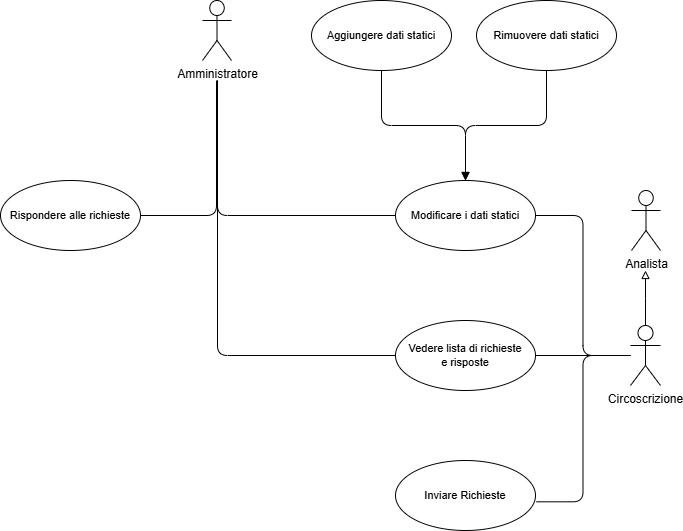
lucafano04/progettoIngenieriaSoftware keeps this draw.io diagram as deliverable/images/UseCase_diagrams/Circoscrizione.drawio.png. Above is the earlier version. Source tidied: cells renumbered, new cells last; positions are measured from the earlier drawing's top-left corner, leaving out a move shared by most shapes.
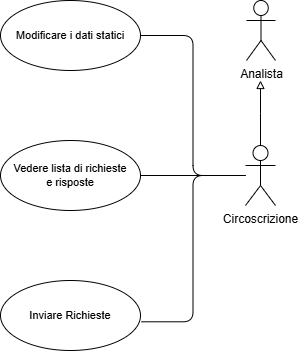
After the commit.

The edit, as a diff of the source:
```diff
@@ -3,35 +3,8 @@
     <mxCell id="0" />
     <mxCell id="1" parent="0" />
     <mxCell id="2" value="Analista" style="shape=umlActor;verticalLabelPosition=bottom;verticalAlign=top;html=1;" parent="1" vertex="1">
-      <mxGeometry x="631" y="190" width="29" height="60" as="geometry" />
+      <mxGeometry x="641" y="180" width="29" height="60" as="geometry" />
     </mxCell>
-    <mxCell id="3" style="edgeStyle=orthogonalEdgeStyle;rounded=1;jettySize=auto;html=1;entryX=0;entryY=0.5;entryDx=0;entryDy=0;curved=0;endArrow=none;endFill=0;" parent="1" edge="1" target="7">
-      <mxGeometry relative="1" as="geometry">
-        <mxPoint x="217" y="80" as="sourcePoint" />
-        <Array as="points">
-          <mxPoint x="217" y="215" />
-        </Array>
-      </mxGeometry>
-    </mxCell>
-    <mxCell id="4" style="edgeStyle=orthogonalEdgeStyle;rounded=1;jettySize=auto;html=1;entryX=1;entryY=0.5;entryDx=0;entryDy=0;curved=0;endArrow=none;endFill=0;" parent="1" edge="1" target="10">
-      <mxGeometry relative="1" as="geometry">
-        <mxPoint x="216" y="80" as="sourcePoint" />
-        <Array as="points">
-          <mxPoint x="216" y="215" />
-        </Array>
-      </mxGeometry>
-    </mxCell>
-    <mxCell id="5" style="edgeStyle=orthogonalEdgeStyle;rounded=1;jettySize=auto;html=1;entryX=0;entryY=0.5;entryDx=0;entryDy=0;curved=0;endArrow=none;endFill=0;" parent="1" edge="1" target="8">
-      <mxGeometry relative="1" as="geometry">
-        <mxPoint x="217" y="80" as="sourcePoint" />
-        <Array as="points">
-          <mxPoint x="217" y="355" />
-        </Array>
-      </mxGeometry>
-    </mxCell>
-    <mxCell id="6" value="Amministratore" style="shape=umlActor;verticalLabelPosition=bottom;verticalAlign=top;html=1;" parent="1" vertex="1">
-      <mxGeometry x="202" width="29" height="60" as="geometry" />
-    </mxCell>
     <mxCell id="7" value="Modificare i dati statici" style="ellipse;whiteSpace=wrap;html=1;fontFamily=Helvetica;fontSize=11;fontColor=default;labelBackgroundColor=default;" parent="1" vertex="1">
       <mxGeometry x="395" y="180" width="140" height="70" as="geometry" />
     </mxCell>
@@ -41,34 +14,19 @@
     <mxCell id="9" value="Inviare Richieste" style="ellipse;whiteSpace=wrap;html=1;fontFamily=Helvetica;fontSize=11;fontColor=default;labelBackgroundColor=default;" parent="1" vertex="1">
       <mxGeometry x="395" y="460" width="140" height="70" as="geometry" />
     </mxCell>
-    <mxCell id="10" value="Rispondere alle richieste" style="ellipse;whiteSpace=wrap;html=1;fontFamily=Helvetica;fontSize=11;fontColor=default;labelBackgroundColor=default;" parent="1" vertex="1">
-      <mxGeometry y="180" width="140" height="70" as="geometry" />
-    </mxCell>
-    <mxCell id="11" style="edgeStyle=orthogonalEdgeStyle;rounded=1;jettySize=auto;html=1;endArrow=block;endFill=1;curved=0;" parent="1" edge="1" source="12" target="7">
-      <mxGeometry relative="1" as="geometry" />
-    </mxCell>
-    <mxCell id="12" value="Aggiungere dati statici" style="ellipse;whiteSpace=wrap;html=1;fontFamily=Helvetica;fontSize=11;fontColor=default;labelBackgroundColor=default;" parent="1" vertex="1">
-      <mxGeometry x="311" width="140" height="70" as="geometry" />
-    </mxCell>
-    <mxCell id="13" style="edgeStyle=orthogonalEdgeStyle;rounded=1;jettySize=auto;html=1;curved=0;endArrow=block;endFill=1;" parent="1" edge="1" source="14" target="7">
-      <mxGeometry relative="1" as="geometry" />
-    </mxCell>
-    <mxCell id="14" value="Rimuovere dati statici" style="ellipse;whiteSpace=wrap;html=1;fontFamily=Helvetica;fontSize=11;fontColor=default;labelBackgroundColor=default;" parent="1" vertex="1">
-      <mxGeometry x="476" width="140" height="70" as="geometry" />
-    </mxCell>
     <mxCell id="15" style="edgeStyle=orthogonalEdgeStyle;shape=connector;curved=0;rounded=1;jettySize=auto;html=1;entryX=1;entryY=0.5;entryDx=0;entryDy=0;strokeColor=default;align=center;verticalAlign=middle;fontFamily=Helvetica;fontSize=11;fontColor=default;labelBackgroundColor=default;endArrow=none;endFill=0;" parent="1" edge="1" source="18" target="8">
       <mxGeometry relative="1" as="geometry" />
     </mxCell>
     <mxCell id="16" style="edgeStyle=orthogonalEdgeStyle;shape=connector;curved=0;rounded=1;jettySize=auto;html=1;entryX=1;entryY=0.5;entryDx=0;entryDy=0;strokeColor=default;align=center;verticalAlign=middle;fontFamily=Helvetica;fontSize=11;fontColor=default;labelBackgroundColor=default;endArrow=none;endFill=0;" parent="1" edge="1" source="18" target="7">
       <mxGeometry relative="1" as="geometry" />
     </mxCell>
-    <mxCell id="17" style="edgeStyle=orthogonalEdgeStyle;rounded=0;jettySize=auto;html=1;endArrow=block;endFill=0;" parent="1" edge="1" source="18">
-      <mxGeometry relative="1" as="geometry">
-        <mxPoint x="645" y="270" as="targetPoint" />
-      </mxGeometry>
-    </mxCell>
+    <mxCell id="20" style="edgeStyle=orthogonalEdgeStyle;rounded=0;jettySize=auto;html=1;endArrow=block;endFill=0;" parent="1" edge="1" source="18">
+      <mxGeometry relative="1" as="geometry">
+        <mxPoint x="655" y="260" as="targetPoint" />
+      </mxGeometry>
+    </mxCell>
     <mxCell id="18" value="Circoscrizione" style="shape=umlActor;verticalLabelPosition=bottom;verticalAlign=top;html=1;outlineConnect=0;" parent="1" vertex="1">
-      <mxGeometry x="630" y="325" width="30" height="60" as="geometry" />
+      <mxGeometry x="640" y="325" width="30" height="60" as="geometry" />
     </mxCell>
     <mxCell id="19" style="edgeStyle=orthogonalEdgeStyle;shape=connector;curved=0;rounded=1;jettySize=auto;html=1;entryX=1.007;entryY=0.59;entryDx=0;entryDy=0;entryPerimeter=0;strokeColor=default;align=center;verticalAlign=middle;fontFamily=Helvetica;fontSize=11;fontColor=default;labelBackgroundColor=default;endArrow=none;endFill=0;" parent="1" edge="1" source="18" target="9">
       <mxGeometry relative="1" as="geometry" />
```
